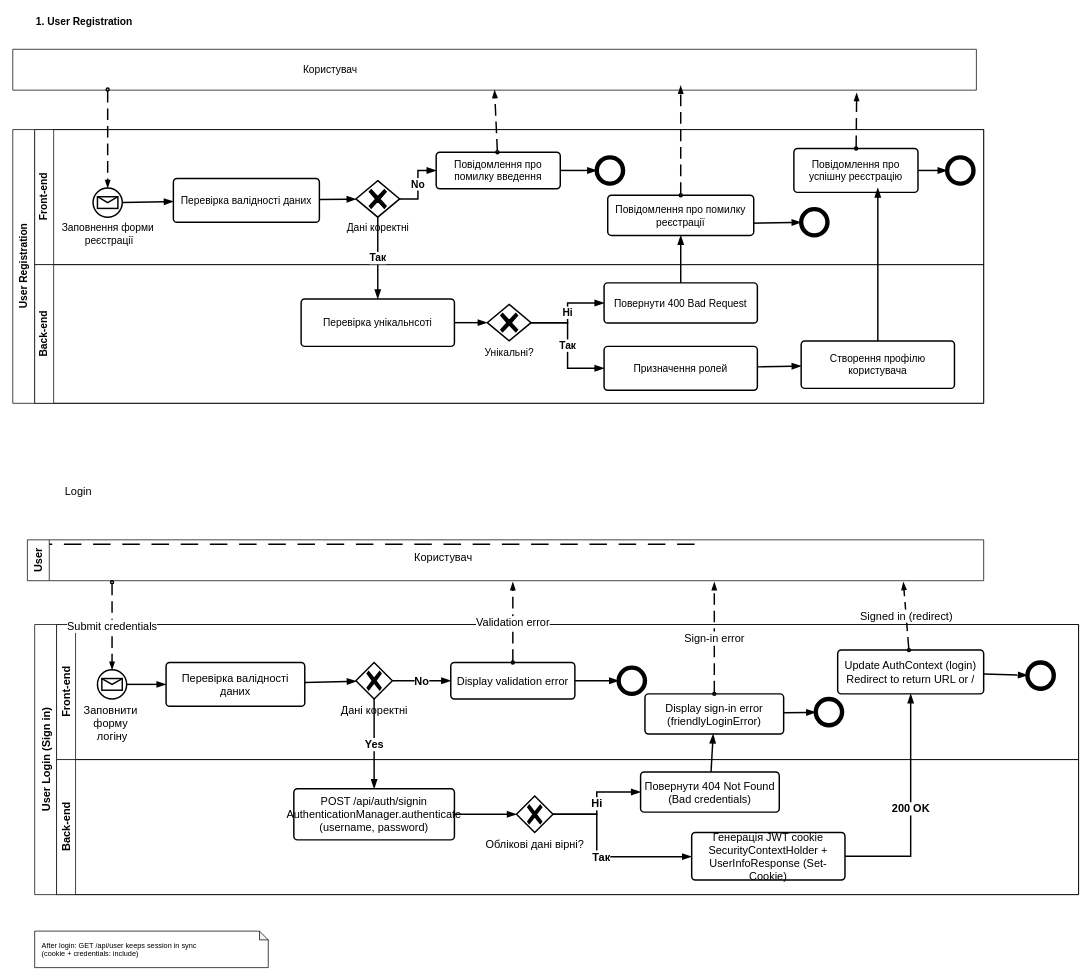
Before: bpmn-auth.drawio.xml in jlmp3mp44/Travel_Explorer_front, a draw.io diagram. Source tidied: cells renumbered, new cells numbered last; positions are measured from the earlier drawing's top-left corner, leaving out a move shared by most shapes. Both pictures are drawn from the tidied source at 73%, with x=0, y=0 at pixel (12, 12).
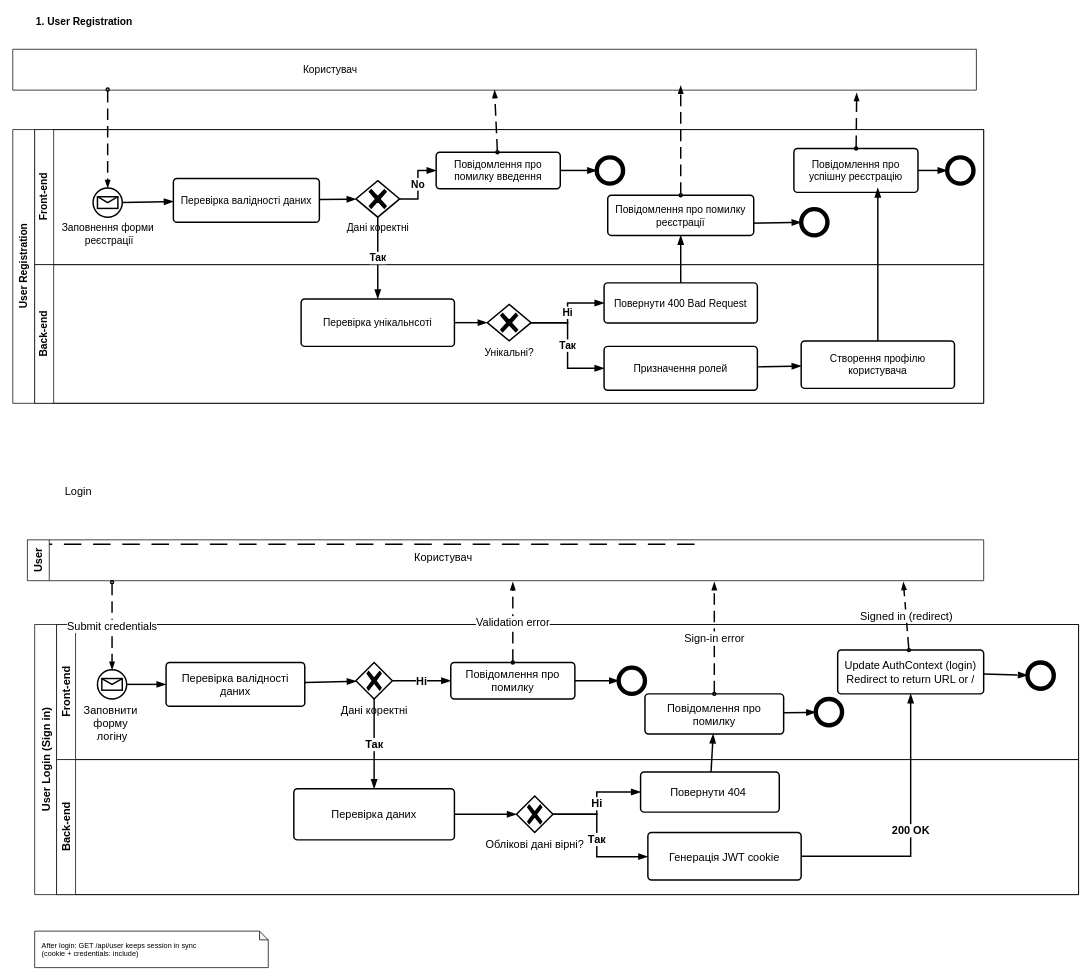
Above is the later version.

The change refers to these unchanged cells:
```xml
<mxCell id="41" value="User Login (Sign in)" style="swimlane;horizontal=0;whiteSpace=wrap;html=1;startSize=30;fontStyle=1;fontSize=15;" parent="1" vertex="1">
  <mxGeometry x="30" y="838" width="1430" height="370" as="geometry" />
</mxCell>
<mxCell id="42" value="Front-end" style="swimlane;whiteSpace=wrap;html=1;startSize=26;horizontal=0;fontStyle=1;fontSize=15;" parent="41" vertex="1">
  <mxGeometry x="30" width="1400" height="185" as="geometry" />
</mxCell>
<mxCell id="45" value="Дані коректні" style="strokeWidth=2;html=1;shape=mxgraph.bpmn.gateway2;perimeter=rhombusPerimeter;outlineConnect=0;outline=none;symbol=none;gwType=exclusive;fontSize=15;verticalLabelPosition=bottom;verticalAlign=top;align=center;" parent="42" vertex="1">
  <mxGeometry x="410" y="52" width="50" height="50" as="geometry" />
</mxCell>
<mxCell id="61" value="Back-end" style="swimlane;whiteSpace=wrap;html=1;startSize=26;horizontal=0;fontStyle=1;fontSize=15;" parent="41" vertex="1">
  <mxGeometry x="30" y="185" width="1400" height="185" as="geometry" />
</mxCell>
```

What changed in the source:
```diff
@@
-    <mxCell id="48" value="No" style="endArrow=blockThin;endFill=1;endSize=8;html=1;rounded=0;strokeWidth=2;fontStyle=1;fontSize=15;" parent="42" edge="1" source="45" target="49">
+    <mxCell id="48" value="Ні" style="endArrow=blockThin;endFill=1;endSize=8;html=1;rounded=0;strokeWidth=2;fontStyle=1;fontSize=15;" parent="42" edge="1" source="45" target="49">
       <mxGeometry relative="1" as="geometry" />
     </mxCell>
-    <mxCell id="49" value="Display validation error" style="rounded=1;whiteSpace=wrap;html=1;absoluteArcSize=1;arcSize=10;strokeWidth=2;fontSize=15;" parent="42" vertex="1">
+    <mxCell id="49" value="Повідомлення про помилку" style="rounded=1;whiteSpace=wrap;html=1;absoluteArcSize=1;arcSize=10;strokeWidth=2;fontSize=15;" parent="42" vertex="1">
       <mxGeometry x="540" y="52" width="170" height="50" as="geometry" />
     </mxCell>
@@
-    <mxCell id="51" value="Display sign-in error&#10;(friendlyLoginError)" style="rounded=1;whiteSpace=wrap;html=1;absoluteArcSize=1;arcSize=10;strokeWidth=2;fontSize=15;" parent="42" vertex="1">
+    <mxCell id="51" value="Повідомлення про помилку" style="rounded=1;whiteSpace=wrap;html=1;absoluteArcSize=1;arcSize=10;strokeWidth=2;fontSize=15;" parent="42" vertex="1">
       <mxGeometry x="806" y="95" width="190" height="55" as="geometry" />
     </mxCell>
@@
-    <mxCell id="62" value="POST /api/auth/signin&#10;AuthenticationManager.authenticate&#10;(username, password)" style="rounded=1;whiteSpace=wrap;html=1;absoluteArcSize=1;arcSize=10;strokeWidth=2;fontSize=15;" parent="61" vertex="1">
+    <mxCell id="62" value="Перевірка даних" style="rounded=1;whiteSpace=wrap;html=1;absoluteArcSize=1;arcSize=10;strokeWidth=2;fontSize=15;" parent="61" vertex="1">
       <mxGeometry x="325" y="40" width="220" height="70" as="geometry" />
     </mxCell>
@@
-    <mxCell id="64" value="Генерація JWT cookie&#10;SecurityContextHolder +&#10;UserInfoResponse (Set-Cookie)" style="rounded=1;whiteSpace=wrap;html=1;absoluteArcSize=1;arcSize=10;strokeWidth=2;fontSize=15;" parent="61" vertex="1">
-      <mxGeometry x="870" y="100" width="210" height="65" as="geometry" />
+    <mxCell id="64" value="Генерація JWT cookie" style="rounded=1;whiteSpace=wrap;html=1;absoluteArcSize=1;arcSize=10;strokeWidth=2;fontSize=15;" parent="61" vertex="1">
+      <mxGeometry x="810" y="100" width="210" height="65" as="geometry" />
     </mxCell>
-    <mxCell id="65" value="Повернути 404 Not Found&#10;(Bad credentials)" style="rounded=1;whiteSpace=wrap;html=1;absoluteArcSize=1;arcSize=10;strokeWidth=2;fontSize=15;" parent="61" vertex="1">
+    <mxCell id="65" value="Повернути 404&amp;nbsp;" style="rounded=1;whiteSpace=wrap;html=1;absoluteArcSize=1;arcSize=10;strokeWidth=2;fontSize=15;" parent="61" vertex="1">
       <mxGeometry x="800" y="17" width="190" height="55" as="geometry" />
     </mxCell>
@@
-    <mxCell id="69" value="Yes" style="endArrow=blockThin;endFill=1;endSize=8;html=1;rounded=0;strokeWidth=2;fontStyle=1;fontSize=15;" parent="41" edge="1" source="45" target="62">
+    <mxCell id="69" value="Так" style="endArrow=blockThin;endFill=1;endSize=8;html=1;rounded=0;strokeWidth=2;fontStyle=1;fontSize=15;" parent="41" edge="1" source="45" target="62">
       <mxGeometry relative="1" as="geometry" />
     </mxCell>
```
